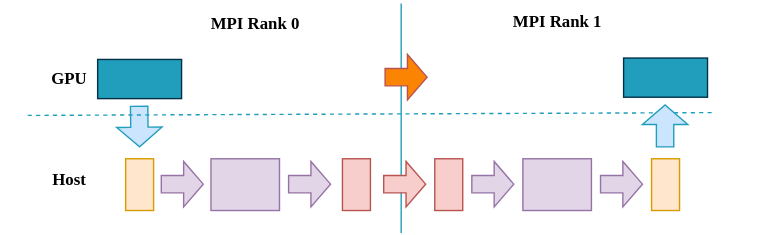
Earlier version of the draw.io export img/ch-mpi-large-model/gpu-direct.svg (godaai/scale-py-zh). Source tidied: cells renumbered, new cells last; positions are measured from the earlier drawing's top-left corner, leaving out a move shared by most shapes.
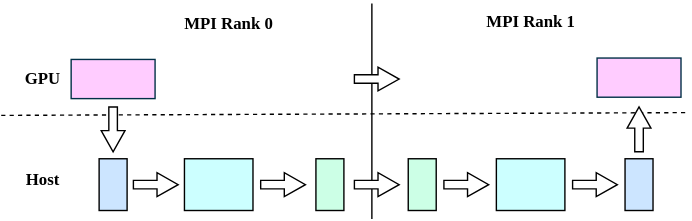
The same file after the commit.

Diff of the diagram source:
```diff
@@ -2,104 +2,77 @@
   <root>
     <mxCell id="0" />
     <mxCell id="1" parent="0" />
-    <mxCell id="2" style="rounded=0;whiteSpace=wrap;html=1;strokeColor=none;fillColor=none;" parent="1" vertex="1">
-      <mxGeometry y="2" width="557" height="164" as="geometry" />
-    </mxCell>
+    <mxCell id="25" style="endArrow=none;html=1;rounded=0;fontFamily=Times New Roman;" parent="1" edge="1">
+      <mxGeometry relative="1" as="geometry">
+        <mxPoint x="284" y="156" as="sourcePoint" />
+        <mxPoint x="284" y="2" as="targetPoint" />
+      </mxGeometry>
+    </mxCell>
+    <mxCell id="9" style="endArrow=none;dashed=1;html=1;rounded=0;strokeColor=#000000;fontFamily=Times New Roman;" parent="1" edge="1">
+      <mxGeometry relative="1" as="geometry">
+        <mxPoint x="19" y="82" as="sourcePoint" />
+        <mxPoint x="511" y="80" as="targetPoint" />
+      </mxGeometry>
+    </mxCell>
-    <mxCell id="3" value="&lt;font face=&quot;Verdana&quot;&gt;&lt;b&gt;MPI Rank 0&lt;/b&gt;&lt;/font&gt;" style="text;html=1;align=center;verticalAlign=middle;whiteSpace=wrap;rounded=0;" parent="1" vertex="1">
+    <mxCell id="3" value="&lt;font&gt;&lt;b&gt;MPI Rank 0&lt;/b&gt;&lt;/font&gt;" style="text;html=1;align=center;verticalAlign=middle;whiteSpace=wrap;rounded=0;fontFamily=Times New Roman;" parent="1" vertex="1">
       <mxGeometry x="138" y="2" width="88" height="30" as="geometry" />
     </mxCell>
-    <mxCell id="4" value="&lt;font face=&quot;Verdana&quot;&gt;&lt;b&gt;MPI Rank 1&lt;/b&gt;&lt;/font&gt;" style="text;html=1;align=center;verticalAlign=middle;whiteSpace=wrap;rounded=0;" parent="1" vertex="1">
+    <mxCell id="4" value="&lt;font&gt;&lt;b&gt;MPI Rank 1&lt;/b&gt;&lt;/font&gt;" style="text;html=1;align=center;verticalAlign=middle;whiteSpace=wrap;rounded=0;fontFamily=Times New Roman;" parent="1" vertex="1">
       <mxGeometry x="353.5" width="88" height="30" as="geometry" />
     </mxCell>
-    <mxCell id="5" style="endArrow=none;html=1;rounded=0;strokeWidth=1;strokeColor=#219EBC;" parent="1" edge="1">
-      <mxGeometry relative="1" as="geometry">
-        <mxPoint x="286" y="166" as="sourcePoint" />
-        <mxPoint x="286" y="2" as="targetPoint" />
-      </mxGeometry>
-    </mxCell>
-    <mxCell id="6" style="rounded=0;whiteSpace=wrap;html=1;fillColor=#219EBC;strokeColor=#023047;" parent="1" vertex="1">
+    <mxCell id="6" style="rounded=0;whiteSpace=wrap;html=1;fillColor=#FFCCFF;strokeColor=#023047;fontFamily=Times New Roman;" parent="1" vertex="1">
       <mxGeometry x="69" y="42" width="60" height="28" as="geometry" />
     </mxCell>
-    <mxCell id="7" value="&lt;b&gt;&lt;font face=&quot;Verdana&quot;&gt;GPU&lt;/font&gt;&lt;/b&gt;" style="text;html=1;align=center;verticalAlign=middle;whiteSpace=wrap;rounded=0;" parent="1" vertex="1">
+    <mxCell id="7" value="&lt;b&gt;&lt;font&gt;GPU&lt;/font&gt;&lt;/b&gt;" style="text;html=1;align=center;verticalAlign=middle;whiteSpace=wrap;rounded=0;fontFamily=Times New Roman;" parent="1" vertex="1">
       <mxGeometry x="19" y="41" width="60" height="30" as="geometry" />
     </mxCell>
-    <mxCell id="8" style="shape=flexArrow;endArrow=classic;html=1;rounded=0;width=12.413793103448276;endSize=4.344827586206897;endWidth=19.024970273483948;strokeColor=#219EBC;fillColor=#CCE5FF;" parent="1" edge="1">
-      <mxGeometry relative="1" as="geometry">
-        <mxPoint x="98.7" y="75" as="sourcePoint" />
-        <mxPoint x="99" y="105" as="targetPoint" />
-      </mxGeometry>
-    </mxCell>
-    <mxCell id="9" style="endArrow=none;dashed=1;html=1;rounded=0;strokeColor=#219EBC;" parent="1" edge="1">
-      <mxGeometry relative="1" as="geometry">
-        <mxPoint x="19" y="82" as="sourcePoint" />
-        <mxPoint x="511" y="80" as="targetPoint" />
-      </mxGeometry>
-    </mxCell>
-    <mxCell id="10" value="&lt;font face=&quot;Verdana&quot;&gt;&lt;b&gt;Host&lt;/b&gt;&lt;/font&gt;" style="text;html=1;align=center;verticalAlign=middle;whiteSpace=wrap;rounded=0;" parent="1" vertex="1">
+    <mxCell id="10" value="&lt;font&gt;&lt;b&gt;Host&lt;/b&gt;&lt;/font&gt;" style="text;html=1;align=center;verticalAlign=middle;whiteSpace=wrap;rounded=0;fontFamily=Times New Roman;" parent="1" vertex="1">
       <mxGeometry x="19" y="113" width="60" height="30" as="geometry" />
     </mxCell>
-    <mxCell id="11" style="rounded=0;whiteSpace=wrap;html=1;fillColor=#ffe6cc;strokeColor=#d79b00;" parent="1" vertex="1">
+    <mxCell id="11" style="rounded=0;whiteSpace=wrap;html=1;fillColor=#CCE5FF;strokeColor=#000000;fontFamily=Times New Roman;" parent="1" vertex="1">
       <mxGeometry x="89" y="113" width="20" height="37" as="geometry" />
     </mxCell>
-    <mxCell id="12" style="shape=flexArrow;endArrow=classic;html=1;rounded=0;width=12.413793103448276;endSize=4.344827586206897;endWidth=19.024970273483948;strokeColor=#9673a6;fillColor=#e1d5e7;" parent="1" edge="1">
-      <mxGeometry relative="1" as="geometry">
-        <mxPoint x="114" y="131.2" as="sourcePoint" />
-        <mxPoint x="145" y="131.2" as="targetPoint" />
-      </mxGeometry>
-    </mxCell>
-    <mxCell id="13" style="rounded=0;whiteSpace=wrap;html=1;fillColor=#e1d5e7;strokeColor=#9673a6;" parent="1" vertex="1">
+    <mxCell id="13" style="rounded=0;whiteSpace=wrap;html=1;fillColor=#CCFFFF;strokeColor=#000000;fontFamily=Times New Roman;" parent="1" vertex="1">
       <mxGeometry x="150" y="113" width="49" height="37" as="geometry" />
     </mxCell>
-    <mxCell id="14" style="shape=flexArrow;endArrow=classic;html=1;rounded=0;width=12.413793103448276;endSize=4.344827586206897;endWidth=19.024970273483948;strokeColor=#9673a6;fillColor=#e1d5e7;" parent="1" edge="1">
-      <mxGeometry relative="1" as="geometry">
-        <mxPoint x="205" y="131.2" as="sourcePoint" />
-        <mxPoint x="236" y="131.2" as="targetPoint" />
-      </mxGeometry>
-    </mxCell>
-    <mxCell id="15" style="rounded=0;whiteSpace=wrap;html=1;fillColor=#f8cecc;strokeColor=#b85450;" parent="1" vertex="1">
+    <mxCell id="15" style="rounded=0;whiteSpace=wrap;html=1;fillColor=#CCFFE6;strokeColor=#000000;fontFamily=Times New Roman;" parent="1" vertex="1">
       <mxGeometry x="244" y="113" width="20" height="37" as="geometry" />
     </mxCell>
-    <mxCell id="16" style="shape=flexArrow;endArrow=classic;html=1;rounded=0;width=12.413793103448276;endSize=4.344827586206897;endWidth=19.024970273483948;strokeColor=#b85450;fillColor=#f8cecc;" parent="1" edge="1">
-      <mxGeometry relative="1" as="geometry">
-        <mxPoint x="273" y="131.2" as="sourcePoint" />
-        <mxPoint x="304" y="131.2" as="targetPoint" />
-      </mxGeometry>
-    </mxCell>
-    <mxCell id="17" style="rounded=0;whiteSpace=wrap;html=1;fillColor=#f8cecc;strokeColor=#b85450;" parent="1" vertex="1">
+    <mxCell id="17" style="rounded=0;whiteSpace=wrap;html=1;fillColor=#CCFFE6;strokeColor=#000000;fontFamily=Times New Roman;" parent="1" vertex="1">
       <mxGeometry x="310" y="113" width="20" height="37" as="geometry" />
     </mxCell>
-    <mxCell id="18" style="shape=flexArrow;endArrow=classic;html=1;rounded=0;width=12.413793103448276;endSize=4.344827586206897;endWidth=19.024970273483948;strokeColor=#9673a6;fillColor=#e1d5e7;" parent="1" edge="1">
-      <mxGeometry relative="1" as="geometry">
-        <mxPoint x="336" y="131.2" as="sourcePoint" />
-        <mxPoint x="367" y="131.2" as="targetPoint" />
-      </mxGeometry>
-    </mxCell>
-    <mxCell id="19" style="rounded=0;whiteSpace=wrap;html=1;fillColor=#e1d5e7;strokeColor=#9673a6;" parent="1" vertex="1">
+    <mxCell id="19" style="rounded=0;whiteSpace=wrap;html=1;fillColor=#CCFFFF;strokeColor=#000000;fontFamily=Times New Roman;" parent="1" vertex="1">
       <mxGeometry x="373" y="113" width="49" height="37" as="geometry" />
     </mxCell>
-    <mxCell id="20" style="shape=flexArrow;endArrow=classic;html=1;rounded=0;width=12.413793103448276;endSize=4.344827586206897;endWidth=19.024970273483948;strokeColor=#9673a6;fillColor=#e1d5e7;" parent="1" edge="1">
-      <mxGeometry relative="1" as="geometry">
-        <mxPoint x="428" y="131.2" as="sourcePoint" />
-        <mxPoint x="459" y="131.2" as="targetPoint" />
-      </mxGeometry>
-    </mxCell>
-    <mxCell id="21" style="rounded=0;whiteSpace=wrap;html=1;fillColor=#ffe6cc;strokeColor=#d79b00;" parent="1" vertex="1">
+    <mxCell id="21" style="rounded=0;whiteSpace=wrap;html=1;fillColor=#CCE5FF;strokeColor=#000000;fontFamily=Times New Roman;" parent="1" vertex="1">
       <mxGeometry x="465" y="113" width="20" height="37" as="geometry" />
     </mxCell>
-    <mxCell id="22" style="shape=flexArrow;endArrow=classic;html=1;rounded=0;width=12.413793103448276;endSize=4.344827586206897;endWidth=19.024970273483948;strokeColor=#219EBC;fillColor=#CCE5FF;" parent="1" edge="1">
-      <mxGeometry relative="1" as="geometry">
-        <mxPoint x="474.7" y="105" as="sourcePoint" />
-        <mxPoint x="474.7" y="74" as="targetPoint" />
-      </mxGeometry>
-    </mxCell>
-    <mxCell id="23" style="rounded=0;whiteSpace=wrap;html=1;fillColor=#219EBC;strokeColor=#023047;" parent="1" vertex="1">
+    <mxCell id="23" style="rounded=0;whiteSpace=wrap;html=1;fillColor=#FFCCFF;strokeColor=#023047;fontFamily=Times New Roman;" parent="1" vertex="1">
       <mxGeometry x="445" y="41" width="60" height="28" as="geometry" />
     </mxCell>
-    <mxCell id="24" style="shape=flexArrow;endArrow=classic;html=1;rounded=0;width=12.413793103448276;endSize=4.344827586206897;endWidth=19.024970273483948;strokeColor=#b85450;fillColor=#FB8402;" parent="1" edge="1">
-      <mxGeometry relative="1" as="geometry">
-        <mxPoint x="274" y="54.7" as="sourcePoint" />
-        <mxPoint x="305" y="54.7" as="targetPoint" />
-      </mxGeometry>
-    </mxCell>
+    <mxCell id="26" style="html=1;shadow=0;dashed=0;align=center;verticalAlign=middle;shape=mxgraph.arrows2.arrow;dy=0.64;dx=15.11;direction=north;notch=0;rotation=-180;fillColor=#FFFFFF;fontFamily=Times New Roman;" parent="1" vertex="1">
+      <mxGeometry x="90.5" y="76" width="17" height="32" as="geometry" />
+    </mxCell>
+    <mxCell id="27" style="html=1;shadow=0;dashed=0;align=center;verticalAlign=middle;shape=mxgraph.arrows2.arrow;dy=0.64;dx=15.11;direction=north;notch=0;rotation=0;fillColor=#FFFFFF;fontFamily=Times New Roman;" parent="1" vertex="1">
+      <mxGeometry x="466.5" y="76" width="17" height="32" as="geometry" />
+    </mxCell>
+    <mxCell id="28" style="html=1;shadow=0;dashed=0;align=center;verticalAlign=middle;shape=mxgraph.arrows2.arrow;dy=0.64;dx=15.11;direction=north;notch=0;rotation=90;fillColor=#FFFFFF;fontFamily=Times New Roman;" parent="1" vertex="1">
+      <mxGeometry x="279" y="40" width="17" height="32" as="geometry" />
+    </mxCell>
+    <mxCell id="29" style="html=1;shadow=0;dashed=0;align=center;verticalAlign=middle;shape=mxgraph.arrows2.arrow;dy=0.64;dx=15.11;direction=north;notch=0;rotation=90;fillColor=#FFFFFF;fontFamily=Times New Roman;" parent="1" vertex="1">
+      <mxGeometry x="343" y="115.5" width="17" height="32" as="geometry" />
+    </mxCell>
+    <mxCell id="30" style="html=1;shadow=0;dashed=0;align=center;verticalAlign=middle;shape=mxgraph.arrows2.arrow;dy=0.64;dx=15.11;direction=north;notch=0;rotation=90;fillColor=#FFFFFF;fontFamily=Times New Roman;" parent="1" vertex="1">
+      <mxGeometry x="435" y="115.5" width="17" height="32" as="geometry" />
+    </mxCell>
+    <mxCell id="31" style="html=1;shadow=0;dashed=0;align=center;verticalAlign=middle;shape=mxgraph.arrows2.arrow;dy=0.64;dx=15.11;direction=north;notch=0;rotation=90;fillColor=#FFFFFF;fontFamily=Times New Roman;" parent="1" vertex="1">
+      <mxGeometry x="212" y="115.5" width="17" height="32" as="geometry" />
+    </mxCell>
+    <mxCell id="32" style="html=1;shadow=0;dashed=0;align=center;verticalAlign=middle;shape=mxgraph.arrows2.arrow;dy=0.64;dx=15.11;direction=north;notch=0;rotation=90;fillColor=#FFFFFF;fontFamily=Times New Roman;" parent="1" vertex="1">
+      <mxGeometry x="121" y="115.5" width="17" height="32" as="geometry" />
+    </mxCell>
+    <mxCell id="33" style="html=1;shadow=0;dashed=0;align=center;verticalAlign=middle;shape=mxgraph.arrows2.arrow;dy=0.64;dx=15.11;direction=north;notch=0;rotation=90;fillColor=#FFFFFF;fontFamily=Times New Roman;" parent="1" vertex="1">
+      <mxGeometry x="279" y="115.5" width="17" height="32" as="geometry" />
+    </mxCell>
   </root>
 </mxGraphModel>
```
